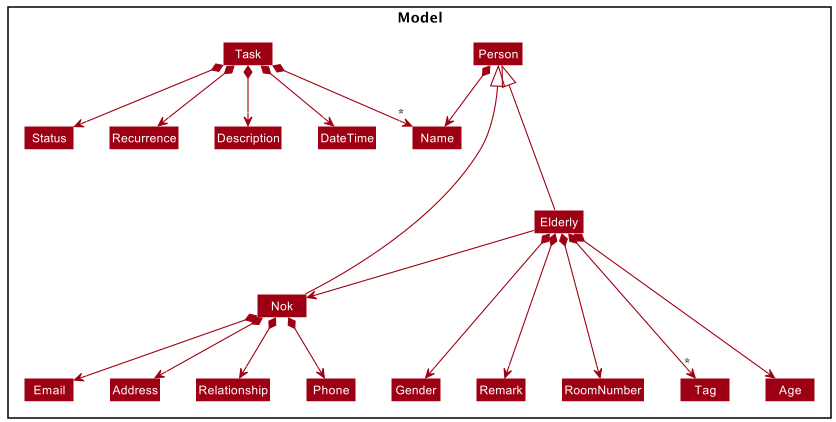
tsy24/tp keeps this PlantUML diagram as docs/images/DetailedModelClassDiagram.png. Above is the earlier version. Its source is kept beside it as docs/diagrams/DetailedModelClassDiagram.puml.
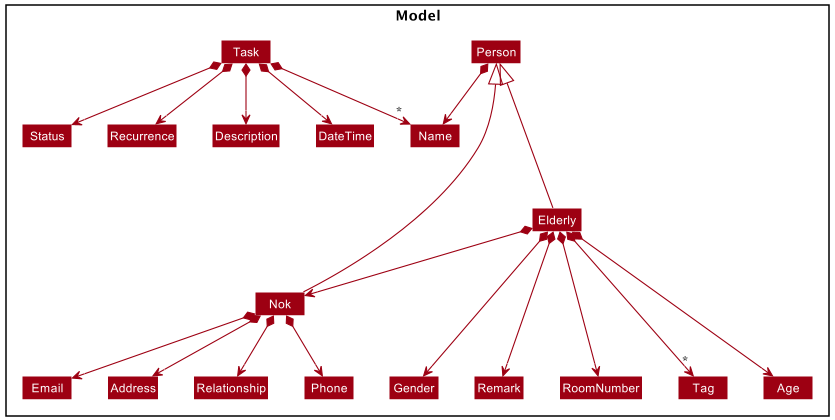
After the change.

The edit, as a diff of the source:
```diff
@@ -37,7 +37,7 @@
 Elderly *---> Gender
 Elderly *---> RoomNumber
 Elderly *---> Remark
-Elderly --> Nok
+Elderly *--> Nok
 Nok *--> Phone
 Nok *--> Email
 Nok *--> Address
```
